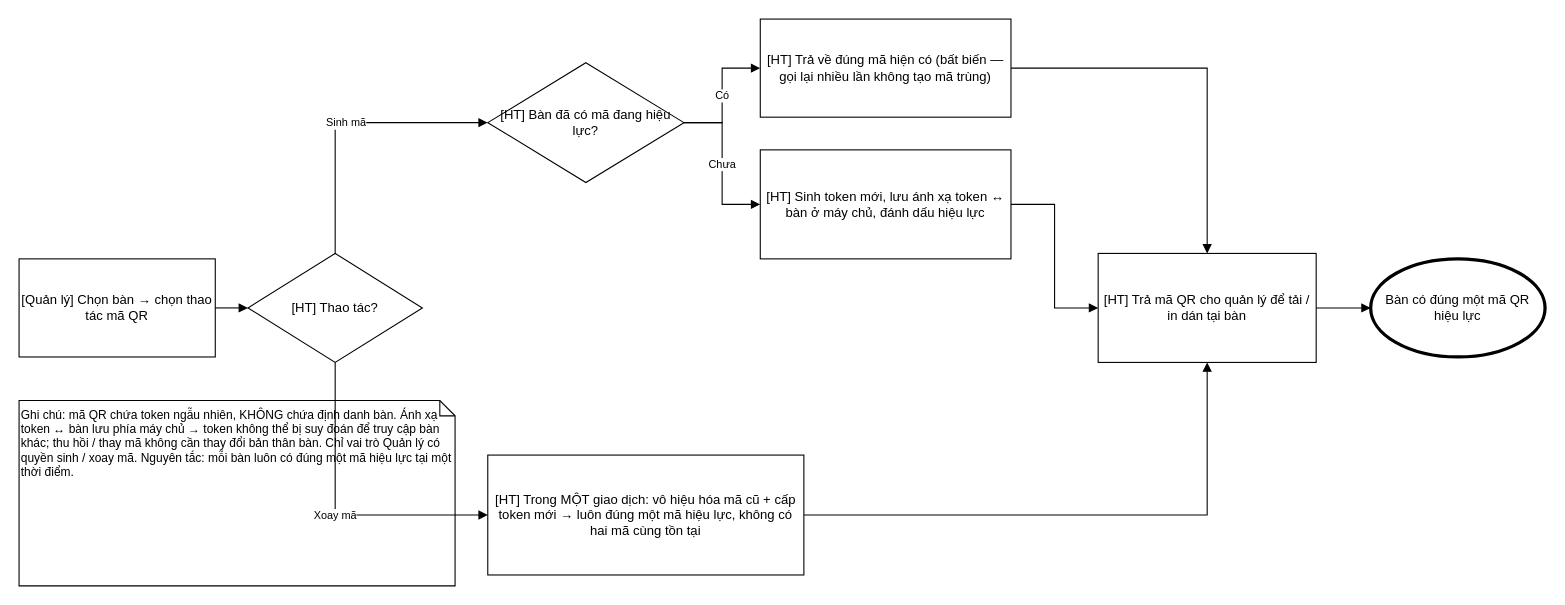
This is docs/business-process-quan-ly-ma-qr.drawio from thanhhoa3514/restaurant-management, a draw.io file, before an edit. Source tidied: cells renumbered, new cells numbered last; positions are measured from the earlier drawing's top-left corner, leaving out a move shared by most shapes. Both pictures are drawn from the tidied source at 109%, with x=0, y=0 at pixel (19, 19).
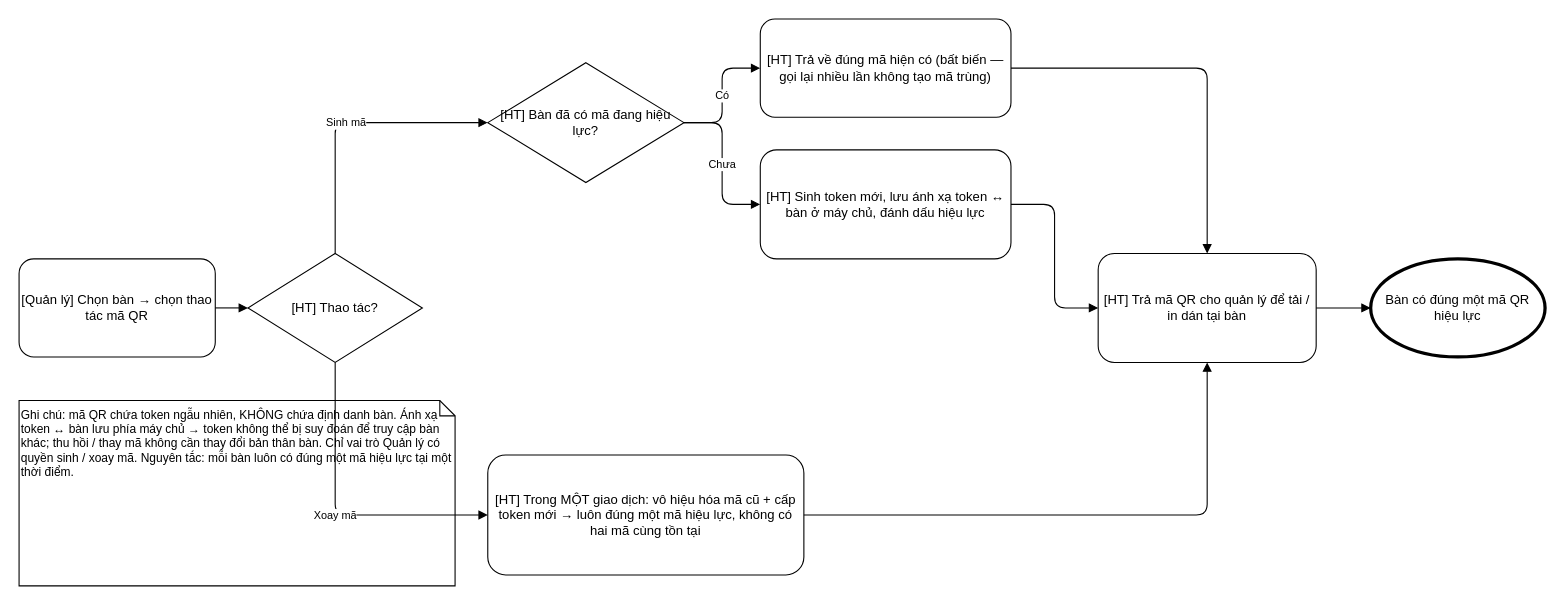
After the change.

Diff of the diagram source:
```diff
@@
 <mxGraphModel>
   <root>
     <mxCell id="0" />
     <mxCell id="1" parent="0" />
-    <mxCell id="2" value="[Quản lý] Chọn bàn → chọn thao tác mã QR" style="rounded=0;whiteSpace=wrap;html=1;fillColor=#ffffff;strokeColor=#000000;" parent="1" vertex="1">
+    <mxCell id="2" value="[Quản lý] Chọn bàn → chọn thao tác mã QR" style="rounded=1;whiteSpace=wrap;html=1;fillColor=#ffffff;strokeColor=#000000;" parent="1" vertex="1">
       <mxGeometry y="220" width="180" height="90" as="geometry" />
     </mxCell>
     <mxCell id="3" value="[HT] Thao tác?" style="rhombus;whiteSpace=wrap;html=1;fillColor=#ffffff;strokeColor=#000000;" parent="1" vertex="1">
       <mxGeometry x="210" y="215" width="160" height="100" as="geometry" />
     </mxCell>
     <mxCell id="4" value="[HT] Bàn đã có mã đang hiệu lực?" style="rhombus;whiteSpace=wrap;html=1;fillColor=#ffffff;strokeColor=#000000;" parent="1" vertex="1">
       <mxGeometry x="430" y="40" width="180" height="110" as="geometry" />
     </mxCell>
-    <mxCell id="5" value="[HT] Trả về đúng mã hiện có (bất biến — gọi lại nhiều lần không tạo mã trùng)" style="rounded=0;whiteSpace=wrap;html=1;fillColor=#ffffff;strokeColor=#000000;" parent="1" vertex="1">
+    <mxCell id="5" value="[HT] Trả về đúng mã hiện có (bất biến — gọi lại nhiều lần không tạo mã trùng)" style="rounded=1;whiteSpace=wrap;html=1;fillColor=#ffffff;strokeColor=#000000;" parent="1" vertex="1">
       <mxGeometry x="680" width="230" height="90" as="geometry" />
     </mxCell>
-    <mxCell id="6" value="[HT] Sinh token mới, lưu ánh xạ token ↔ bàn ở máy chủ, đánh dấu hiệu lực" style="rounded=0;whiteSpace=wrap;html=1;fillColor=#ffffff;strokeColor=#000000;" parent="1" vertex="1">
+    <mxCell id="6" value="[HT] Sinh token mới, lưu ánh xạ token ↔ bàn ở máy chủ, đánh dấu hiệu lực" style="rounded=1;whiteSpace=wrap;html=1;fillColor=#ffffff;strokeColor=#000000;" parent="1" vertex="1">
       <mxGeometry x="680" y="120" width="230" height="100" as="geometry" />
     </mxCell>
-    <mxCell id="7" value="[HT] Trong MỘT giao dịch: vô hiệu hóa mã cũ + cấp token mới → luôn đúng một mã hiệu lực, không có hai mã cùng tồn tại" style="rounded=0;whiteSpace=wrap;html=1;fillColor=#ffffff;strokeColor=#000000;" parent="1" vertex="1">
+    <mxCell id="7" value="[HT] Trong MỘT giao dịch: vô hiệu hóa mã cũ + cấp token mới → luôn đúng một mã hiệu lực, không có hai mã cùng tồn tại" style="rounded=1;whiteSpace=wrap;html=1;fillColor=#ffffff;strokeColor=#000000;" parent="1" vertex="1">
       <mxGeometry x="430" y="400" width="290" height="110" as="geometry" />
     </mxCell>
-    <mxCell id="8" value="[HT] Trả mã QR cho quản lý để tải / in dán tại bàn" style="rounded=0;whiteSpace=wrap;html=1;fillColor=#ffffff;strokeColor=#000000;" parent="1" vertex="1">
+    <mxCell id="8" value="[HT] Trả mã QR cho quản lý để tải / in dán tại bàn" style="rounded=1;whiteSpace=wrap;html=1;fillColor=#ffffff;strokeColor=#000000;" parent="1" vertex="1">
       <mxGeometry x="990" y="215" width="200" height="100" as="geometry" />
     </mxCell>
     <mxCell id="9" value="Bàn có đúng một mã QR hiệu lực" style="ellipse;whiteSpace=wrap;html=1;fillColor=#ffffff;strokeColor=#000000;strokeWidth=3;" parent="1" vertex="1">
       <mxGeometry x="1240" y="220" width="160" height="90" as="geometry" />
     </mxCell>
     <mxCell id="10" value="Ghi chú: mã QR chứa token ngẫu nhiên, KHÔNG chứa định danh bàn. Ánh xạ token ↔ bàn lưu phía máy chủ → token không thể bị suy đoán để truy cập bàn khác; thu hồi / thay mã không cần thay đổi bản thân bàn. Chỉ vai trò Quản lý có quyền sinh / xoay mã. Nguyên tắc: mỗi bàn luôn có đúng một mã hiệu lực tại một thời điểm." style="shape=note;whiteSpace=wrap;html=1;fillColor=#ffffff;strokeColor=#000000;align=left;verticalAlign=top;fontSize=11;size=14;" parent="1" vertex="1">
       <mxGeometry y="350" width="400" height="170" as="geometry" />
     </mxCell>
-    <mxCell id="11" style="edgeStyle=orthogonalEdgeStyle;rounded=0;html=1;endArrow=block;" parent="1" edge="1" source="2" target="3">
+    <mxCell id="11" style="edgeStyle=orthogonalEdgeStyle;rounded=1;html=1;endArrow=block;" parent="1" edge="1" source="2" target="3">
       <mxGeometry relative="1" as="geometry" />
     </mxCell>
-    <mxCell id="12" value="Sinh mã" style="edgeStyle=orthogonalEdgeStyle;rounded=0;html=1;endArrow=block;fontSize=10;exitX=0.5;exitY=0;exitDx=0;exitDy=0;entryX=0;entryY=0.5;entryDx=0;entryDy=0;" parent="1" edge="1" source="3" target="4">
+    <mxCell id="12" value="Sinh mã" style="edgeStyle=orthogonalEdgeStyle;rounded=1;html=1;endArrow=block;fontSize=10;exitX=0.5;exitY=0;exitDx=0;exitDy=0;entryX=0;entryY=0.5;entryDx=0;entryDy=0;" parent="1" edge="1" source="3" target="4">
       <mxGeometry relative="1" as="geometry" />
     </mxCell>
-    <mxCell id="13" value="Xoay mã" style="edgeStyle=orthogonalEdgeStyle;rounded=0;html=1;endArrow=block;fontSize=10;exitX=0.5;exitY=1;exitDx=0;exitDy=0;entryX=0;entryY=0.5;entryDx=0;entryDy=0;" parent="1" edge="1" source="3" target="7">
+    <mxCell id="13" value="Xoay mã" style="edgeStyle=orthogonalEdgeStyle;rounded=1;html=1;endArrow=block;fontSize=10;exitX=0.5;exitY=1;exitDx=0;exitDy=0;entryX=0;entryY=0.5;entryDx=0;entryDy=0;" parent="1" edge="1" source="3" target="7">
       <mxGeometry relative="1" as="geometry" />
     </mxCell>
-    <mxCell id="14" value="Có" style="edgeStyle=orthogonalEdgeStyle;rounded=0;html=1;endArrow=block;fontSize=10;" parent="1" edge="1" source="4" target="5">
+    <mxCell id="14" value="Có" style="edgeStyle=orthogonalEdgeStyle;rounded=1;html=1;endArrow=block;fontSize=10;" parent="1" edge="1" source="4" target="5">
       <mxGeometry relative="1" as="geometry" />
     </mxCell>
-    <mxCell id="15" value="Chưa" style="edgeStyle=orthogonalEdgeStyle;rounded=0;html=1;endArrow=block;fontSize=10;" parent="1" edge="1" source="4" target="6">
+    <mxCell id="15" value="Chưa" style="edgeStyle=orthogonalEdgeStyle;rounded=1;html=1;endArrow=block;fontSize=10;" parent="1" edge="1" source="4" target="6">
       <mxGeometry relative="1" as="geometry" />
     </mxCell>
-    <mxCell id="16" style="edgeStyle=orthogonalEdgeStyle;rounded=0;html=1;endArrow=block;" parent="1" edge="1" source="5" target="8">
+    <mxCell id="16" style="edgeStyle=orthogonalEdgeStyle;rounded=1;html=1;endArrow=block;" parent="1" edge="1" source="5" target="8">
       <mxGeometry relative="1" as="geometry" />
     </mxCell>
-    <mxCell id="17" style="edgeStyle=orthogonalEdgeStyle;rounded=0;html=1;endArrow=block;" parent="1" edge="1" source="6" target="8">
+    <mxCell id="17" style="edgeStyle=orthogonalEdgeStyle;rounded=1;html=1;endArrow=block;" parent="1" edge="1" source="6" target="8">
       <mxGeometry relative="1" as="geometry" />
     </mxCell>
-    <mxCell id="18" style="edgeStyle=orthogonalEdgeStyle;rounded=0;html=1;endArrow=block;entryX=0.5;entryY=1;entryDx=0;entryDy=0;" parent="1" edge="1" source="7" target="8">
+    <mxCell id="18" style="edgeStyle=orthogonalEdgeStyle;rounded=1;html=1;endArrow=block;entryX=0.5;entryY=1;entryDx=0;entryDy=0;" parent="1" edge="1" source="7" target="8">
       <mxGeometry relative="1" as="geometry" />
     </mxCell>
-    <mxCell id="19" style="edgeStyle=orthogonalEdgeStyle;rounded=0;html=1;endArrow=block;" parent="1" edge="1" source="8" target="9">
+    <mxCell id="19" style="edgeStyle=orthogonalEdgeStyle;rounded=1;html=1;endArrow=block;" parent="1" edge="1" source="8" target="9">
       <mxGeometry relative="1" as="geometry" />
     </mxCell>
   </root>
 </mxGraphModel>
```
